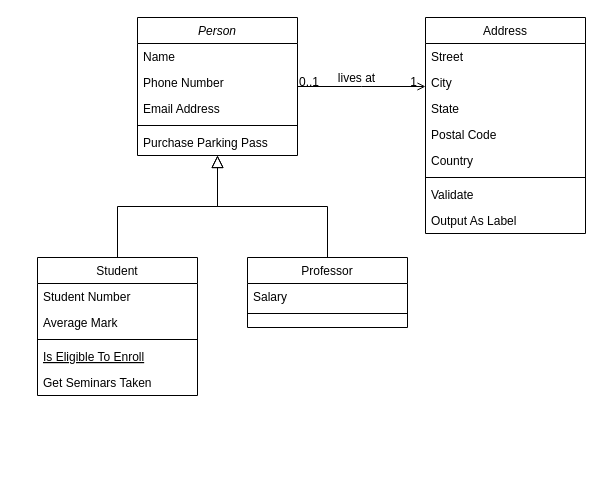
This is Banco Muitosjuros.drawio from brito-bernardo/database-modeling, a draw.io file, before an edit. Source tidied: cells renumbered, new cells numbered last; positions are measured from the earlier drawing's top-left corner, leaving out a move shared by most shapes. Both pictures are drawn from the tidied source at 100%, with x=0, y=0 at pixel (37, 17).
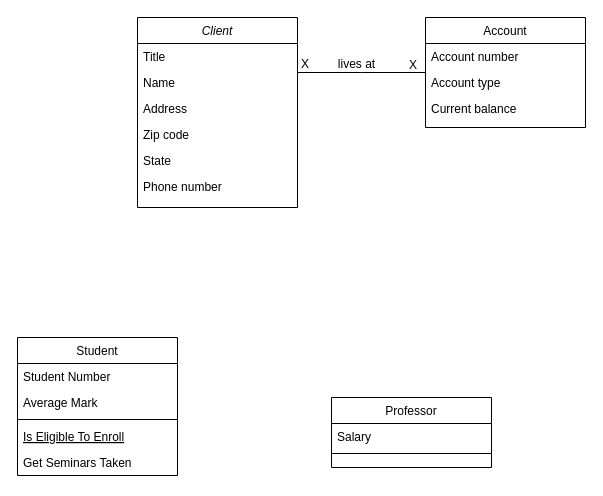
After the change.

What changed in the source:
```diff
@@
-    <mxCell id="2" value="Person" style="swimlane;fontStyle=2;align=center;verticalAlign=top;horizontal=1;startSize=26;rounded=0;shadow=0;strokeWidth=1;" parent="1" vertex="1">
-      <mxGeometry x="100" width="160" height="138" as="geometry" />
+    <mxCell id="2" value="Client" style="swimlane;fontStyle=2;align=center;verticalAlign=top;horizontal=1;startSize=26;rounded=0;shadow=0;strokeWidth=1;" parent="1" vertex="1">
+      <mxGeometry x="100" width="160" height="190" as="geometry" />
     </mxCell>
-    <mxCell id="3" value="Name" style="text;align=left;verticalAlign=top;spacingLeft=4;spacingRight=4;overflow=hidden;" parent="2" vertex="1">
+    <mxCell id="3" value="Title" style="text;align=left;verticalAlign=top;spacingLeft=4;spacingRight=4;overflow=hidden;" parent="2" vertex="1">
       <mxGeometry y="26" width="160" height="26" as="geometry" />
     </mxCell>
-    <mxCell id="4" value="Phone Number" style="text;align=left;verticalAlign=top;spacingLeft=4;spacingRight=4;overflow=hidden;rounded=0;shadow=0;html=0;" parent="2" vertex="1">
+    <mxCell id="4" value="Name" style="text;align=left;verticalAlign=top;spacingLeft=4;spacingRight=4;overflow=hidden;rounded=0;shadow=0;html=0;" parent="2" vertex="1">
       <mxGeometry y="52" width="160" height="26" as="geometry" />
     </mxCell>
-    <mxCell id="5" value="Email Address" style="text;align=left;verticalAlign=top;spacingLeft=4;spacingRight=4;overflow=hidden;rounded=0;shadow=0;html=0;" parent="2" vertex="1">
+    <mxCell id="5" value="Address" style="text;align=left;verticalAlign=top;spacingLeft=4;spacingRight=4;overflow=hidden;rounded=0;shadow=0;html=0;" parent="2" vertex="1">
       <mxGeometry y="78" width="160" height="26" as="geometry" />
     </mxCell>
-    <mxCell id="6" style="line;html=1;strokeWidth=1;align=left;verticalAlign=middle;spacingTop=-1;spacingLeft=3;spacingRight=3;labelPosition=right;" parent="2" vertex="1">
-      <mxGeometry y="104" width="160" height="8" as="geometry" />
-    </mxCell>
-    <mxCell id="7" value="Purchase Parking Pass" style="text;align=left;verticalAlign=top;spacingLeft=4;spacingRight=4;overflow=hidden;" parent="2" vertex="1">
-      <mxGeometry y="112" width="160" height="26" as="geometry" />
+    <mxCell id="7" value="Zip code" style="text;align=left;verticalAlign=top;spacingLeft=4;spacingRight=4;overflow=hidden;" parent="2" vertex="1">
+      <mxGeometry y="104" width="160" height="26" as="geometry" />
     </mxCell>
+    <mxCell id="32" value="State&#10;" style="text;align=left;verticalAlign=top;spacingLeft=4;spacingRight=4;overflow=hidden;" parent="2" vertex="1">
+      <mxGeometry y="130" width="160" height="26" as="geometry" />
+    </mxCell>
+    <mxCell id="33" value="Phone number" style="text;align=left;verticalAlign=top;spacingLeft=4;spacingRight=4;overflow=hidden;" parent="2" vertex="1">
+      <mxGeometry y="156" width="160" height="26" as="geometry" />
+    </mxCell>
     <mxCell id="8" value="Student" style="swimlane;fontStyle=0;align=center;verticalAlign=top;horizontal=1;startSize=26;rounded=0;shadow=0;strokeWidth=1;" parent="1" vertex="1">
-      <mxGeometry y="240" width="160" height="138" as="geometry" />
+      <mxGeometry x="-20" y="320" width="160" height="138" as="geometry" />
     </mxCell>
@@
-    <mxCell id="14" style="endArrow=block;endSize=10;endFill=0;shadow=0;strokeWidth=1;rounded=0;edgeStyle=elbowEdgeStyle;elbow=vertical;" parent="1" edge="1" source="8" target="2">
-      <mxGeometry relative="1" as="geometry" />
-    </mxCell>
     <mxCell id="15" value="Professor" style="swimlane;fontStyle=0;align=center;verticalAlign=top;horizontal=1;startSize=26;rounded=0;shadow=0;strokeWidth=1;" parent="1" vertex="1">
-      <mxGeometry x="210" y="240" width="160" height="70" as="geometry" />
+      <mxGeometry x="294" y="380" width="160" height="70" as="geometry" />
     </mxCell>
@@
-    <mxCell id="18" style="endArrow=block;endSize=10;endFill=0;shadow=0;strokeWidth=1;rounded=0;edgeStyle=elbowEdgeStyle;elbow=vertical;" parent="1" edge="1" source="15" target="2">
-      <mxGeometry relative="1" as="geometry" />
-    </mxCell>
-    <mxCell id="19" value="Address" style="swimlane;fontStyle=0;align=center;verticalAlign=top;horizontal=1;startSize=26;rounded=0;shadow=0;strokeWidth=1;" parent="1" vertex="1">
-      <mxGeometry x="388" width="160" height="216" as="geometry" />
+    <mxCell id="19" value="Account" style="swimlane;fontStyle=0;align=center;verticalAlign=top;horizontal=1;startSize=26;rounded=0;shadow=0;strokeWidth=1;" parent="1" vertex="1">
+      <mxGeometry x="388" width="160" height="110" as="geometry" />
     </mxCell>
-    <mxCell id="20" value="Street" style="text;align=left;verticalAlign=top;spacingLeft=4;spacingRight=4;overflow=hidden;" parent="19" vertex="1">
+    <mxCell id="20" value="Account number" style="text;align=left;verticalAlign=top;spacingLeft=4;spacingRight=4;overflow=hidden;" parent="19" vertex="1">
       <mxGeometry y="26" width="160" height="26" as="geometry" />
     </mxCell>
-    <mxCell id="21" value="City" style="text;align=left;verticalAlign=top;spacingLeft=4;spacingRight=4;overflow=hidden;rounded=0;shadow=0;html=0;" parent="19" vertex="1">
+    <mxCell id="21" value="Account type" style="text;align=left;verticalAlign=top;spacingLeft=4;spacingRight=4;overflow=hidden;rounded=0;shadow=0;html=0;" parent="19" vertex="1">
       <mxGeometry y="52" width="160" height="26" as="geometry" />
     </mxCell>
-    <mxCell id="22" value="State" style="text;align=left;verticalAlign=top;spacingLeft=4;spacingRight=4;overflow=hidden;rounded=0;shadow=0;html=0;" parent="19" vertex="1">
+    <mxCell id="22" value="Current balance" style="text;align=left;verticalAlign=top;spacingLeft=4;spacingRight=4;overflow=hidden;rounded=0;shadow=0;html=0;" parent="19" vertex="1">
       <mxGeometry y="78" width="160" height="26" as="geometry" />
     </mxCell>
-    <mxCell id="23" value="Postal Code" style="text;align=left;verticalAlign=top;spacingLeft=4;spacingRight=4;overflow=hidden;rounded=0;shadow=0;html=0;" parent="19" vertex="1">
-      <mxGeometry y="104" width="160" height="26" as="geometry" />
-    </mxCell>
-    <mxCell id="24" value="Country" style="text;align=left;verticalAlign=top;spacingLeft=4;spacingRight=4;overflow=hidden;rounded=0;shadow=0;html=0;" parent="19" vertex="1">
-      <mxGeometry y="130" width="160" height="26" as="geometry" />
-    </mxCell>
-    <mxCell id="25" style="line;html=1;strokeWidth=1;align=left;verticalAlign=middle;spacingTop=-1;spacingLeft=3;spacingRight=3;labelPosition=right;" parent="19" vertex="1">
-      <mxGeometry y="156" width="160" height="8" as="geometry" />
-    </mxCell>
-    <mxCell id="26" value="Validate" style="text;align=left;verticalAlign=top;spacingLeft=4;spacingRight=4;overflow=hidden;" parent="19" vertex="1">
-      <mxGeometry y="164" width="160" height="26" as="geometry" />
-    </mxCell>
-    <mxCell id="27" value="Output As Label" style="text;align=left;verticalAlign=top;spacingLeft=4;spacingRight=4;overflow=hidden;" parent="19" vertex="1">
-      <mxGeometry y="190" width="160" height="26" as="geometry" />
-    </mxCell>
-    <mxCell id="28" style="endArrow=open;shadow=0;strokeWidth=1;rounded=0;endFill=1;edgeStyle=elbowEdgeStyle;elbow=vertical;" parent="1" edge="1" source="2" target="19">
+    <mxCell id="28" style="endArrow=none;shadow=0;strokeWidth=1;rounded=0;endFill=0;edgeStyle=elbowEdgeStyle;elbow=vertical;" parent="1" edge="1" source="2" target="19">
       <mxGeometry x="0.5" y="41" relative="1" as="geometry">
         <mxPoint x="-40" y="32" as="offset" />
       </mxGeometry>
     </mxCell>
-    <mxCell id="29" value="0..1" style="align=left;verticalAlign=bottom;labelBackgroundColor=none;fontSize=12;" parent="28" vertex="1">
+    <mxCell id="29" value="X" style="align=left;verticalAlign=bottom;labelBackgroundColor=none;fontSize=12;" parent="28" vertex="1">
       <mxGeometry x="-1" relative="1" as="geometry">
-        <mxPoint y="4" as="offset" />
+        <mxPoint x="2" as="offset" />
       </mxGeometry>
     </mxCell>
-    <mxCell id="30" value="1" style="align=right;verticalAlign=bottom;labelBackgroundColor=none;fontSize=12;" parent="28" vertex="1">
+    <mxCell id="30" value="X" style="align=right;verticalAlign=bottom;labelBackgroundColor=none;fontSize=12;" parent="28" vertex="1">
       <mxGeometry x="1" relative="1" as="geometry">
-        <mxPoint x="-7" y="4" as="offset" />
+        <mxPoint x="-7" y="1" as="offset" />
       </mxGeometry>
     </mxCell>
```
